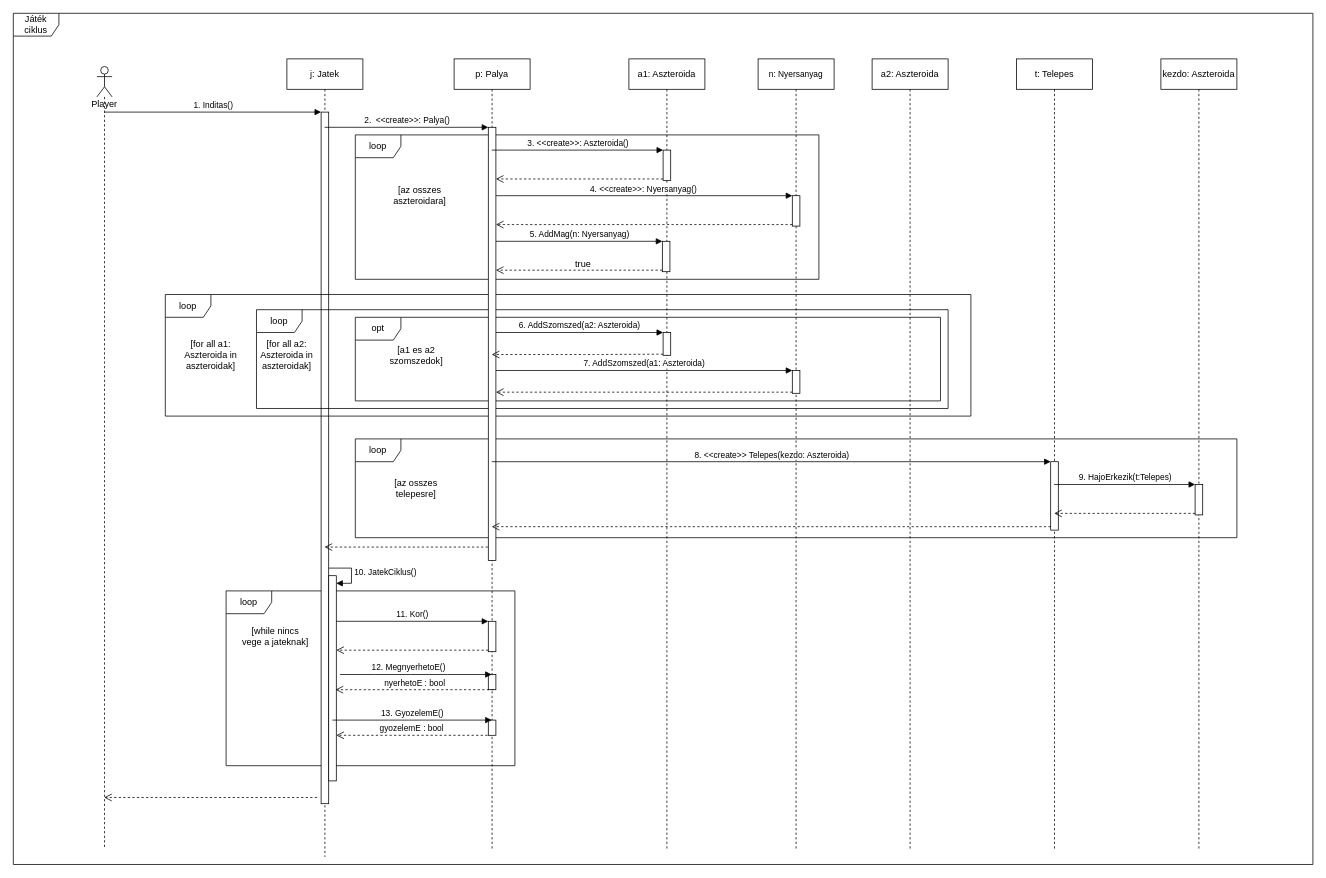
Before: doc/uml/jatek_ciklus.drawio in torpeBoiGo/aszteroidabanyaszat, a draw.io diagram. Source tidied: cells renumbered, new cells numbered last; positions are measured from the earlier drawing's top-left corner, leaving out a move shared by most shapes. Both pictures are drawn from the tidied source at 76%, with x=0, y=0 at pixel (13, 13).
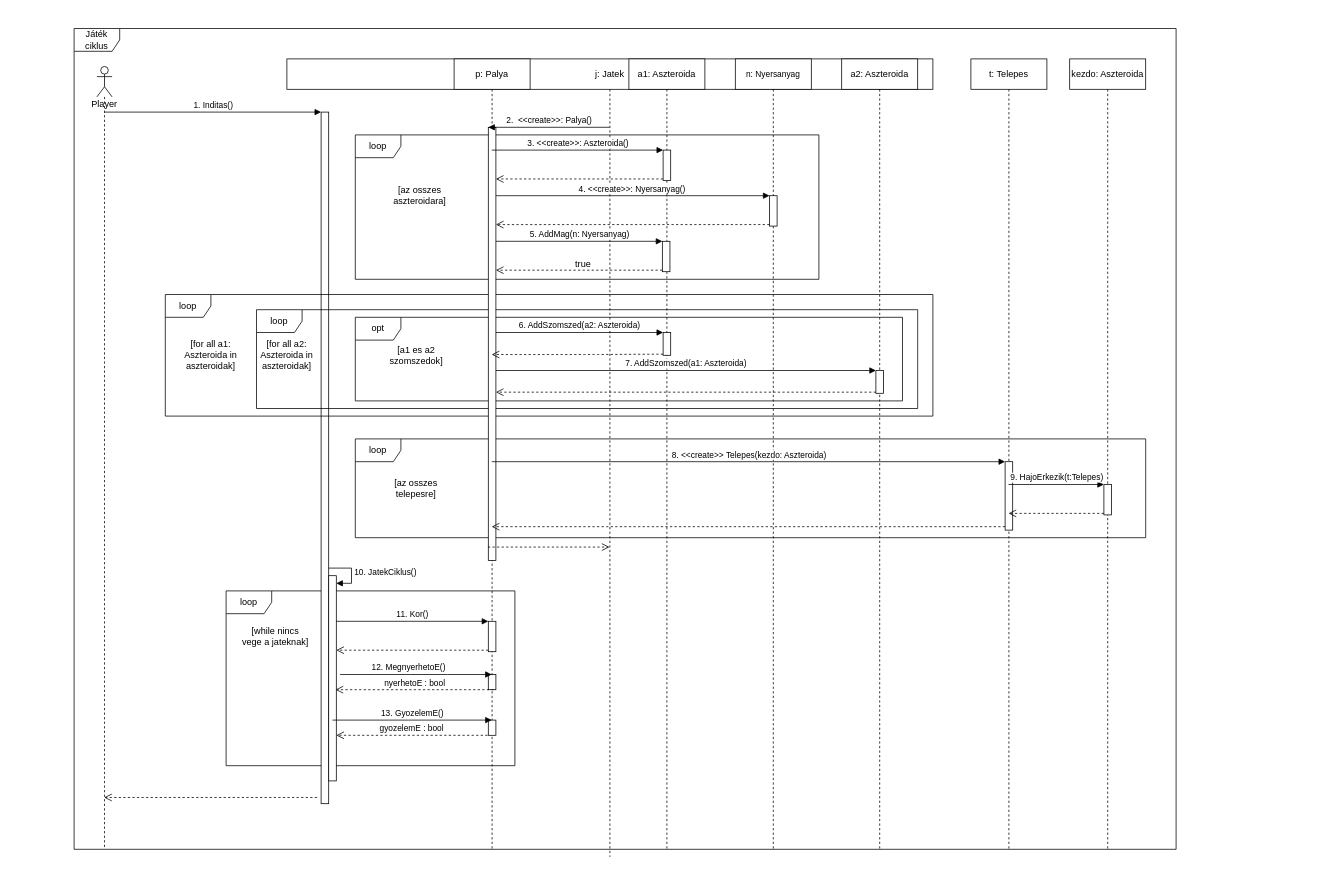
After the change.

Change to the diagram source:
```diff
@@
     <mxCell id="3" value="Játék ciklus" style="shape=umlFrame;whiteSpace=wrap;html=1;" parent="1" vertex="1">
-      <mxGeometry width="1710" height="1120" as="geometry" />
+      <mxGeometry x="80" y="20" width="1450" height="1080" as="geometry" />
     </mxCell>
     <mxCell id="4" value="j: Jatek" style="shape=umlLifeline;perimeter=lifelinePerimeter;whiteSpace=wrap;html=1;outlineConnect=0;" parent="1" vertex="1">
-      <mxGeometry x="360" y="60" width="100" height="1050" as="geometry" />
+      <mxGeometry x="360" y="60" width="850" height="1050" as="geometry" />
     </mxCell>
@@
     <mxCell id="8" value="loop" style="shape=umlFrame;whiteSpace=wrap;html=1;" parent="4" vertex="1">
-      <mxGeometry x="-160" y="310" width="1060" height="160" as="geometry" />
+      <mxGeometry x="-160" y="310" width="1010" height="160" as="geometry" />
     </mxCell>
     <mxCell id="9" value="loop" style="shape=umlFrame;whiteSpace=wrap;html=1;" parent="4" vertex="1">
-      <mxGeometry x="90" y="500" width="1160" height="130" as="geometry" />
+      <mxGeometry x="90" y="500" width="1040" height="130" as="geometry" />
     </mxCell>
@@
     <mxCell id="11" value="loop" style="shape=umlFrame;whiteSpace=wrap;html=1;" parent="4" vertex="1">
-      <mxGeometry x="-40" y="330" width="910" height="130" as="geometry" />
+      <mxGeometry x="-40" y="330" width="870" height="130" as="geometry" />
     </mxCell>
     <mxCell id="12" value="opt" style="shape=umlFrame;whiteSpace=wrap;html=1;" parent="4" vertex="1">
-      <mxGeometry x="90" y="340" width="770" height="110" as="geometry" />
+      <mxGeometry x="90" y="340" width="720" height="110" as="geometry" />
     </mxCell>
@@
     <mxCell id="35" value="&lt;span style=&quot;font-size: 11px ; background-color: rgb(255 , 255 , 255)&quot;&gt;n: Nyersanyag&lt;/span&gt;" style="shape=umlLifeline;perimeter=lifelinePerimeter;whiteSpace=wrap;html=1;" parent="1" vertex="1">
-      <mxGeometry x="980" y="60" width="100" height="1040" as="geometry" />
+      <mxGeometry x="950" y="60" width="100" height="1040" as="geometry" />
     </mxCell>
@@
-    <mxCell id="37" style="html=1;points=[];perimeter=orthogonalPerimeter;" parent="35" vertex="1">
-      <mxGeometry x="45" y="410" width="10" height="30" as="geometry" />
-    </mxCell>
@@
     <mxCell id="40" value="a2: Aszteroida" style="shape=umlLifeline;perimeter=lifelinePerimeter;whiteSpace=wrap;html=1;" parent="1" vertex="1">
-      <mxGeometry x="1130" y="60" width="100" height="1040" as="geometry" />
+      <mxGeometry x="1090" y="60" width="100" height="1040" as="geometry" />
     </mxCell>
+    <mxCell id="37" style="html=1;points=[];perimeter=orthogonalPerimeter;" parent="40" vertex="1">
+      <mxGeometry x="45" y="410" width="10" height="30" as="geometry" />
+    </mxCell>
     <mxCell id="41" value="t: Telepes" style="shape=umlLifeline;perimeter=lifelinePerimeter;whiteSpace=wrap;html=1;outlineConnect=0;" parent="1" vertex="1">
-      <mxGeometry x="1320" y="60" width="100" height="1040" as="geometry" />
+      <mxGeometry x="1260" y="60" width="100" height="1040" as="geometry" />
     </mxCell>
@@
     <mxCell id="45" value="kezdo: Aszteroida" style="shape=umlLifeline;perimeter=lifelinePerimeter;whiteSpace=wrap;html=1;" parent="1" vertex="1">
-      <mxGeometry x="1510" y="60" width="100" height="1040" as="geometry" />
+      <mxGeometry x="1390" y="60" width="100" height="1040" as="geometry" />
     </mxCell>
```
